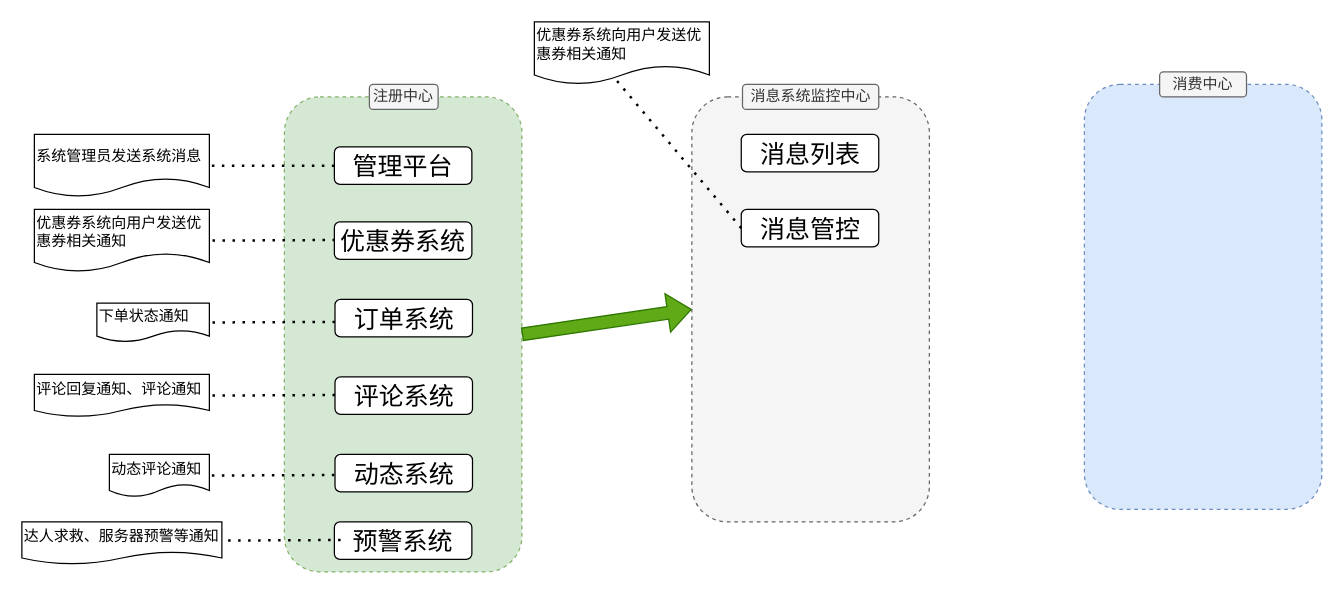
This is message.drawio from yoooknight/Git, a draw.io file, before an edit. Source tidied: cells renumbered, new cells numbered last; positions are measured from the earlier drawing's top-left corner, leaving out a move shared by most shapes. Both pictures are drawn from the tidied source at 125%, with x=0, y=0 at pixel (21, 21).
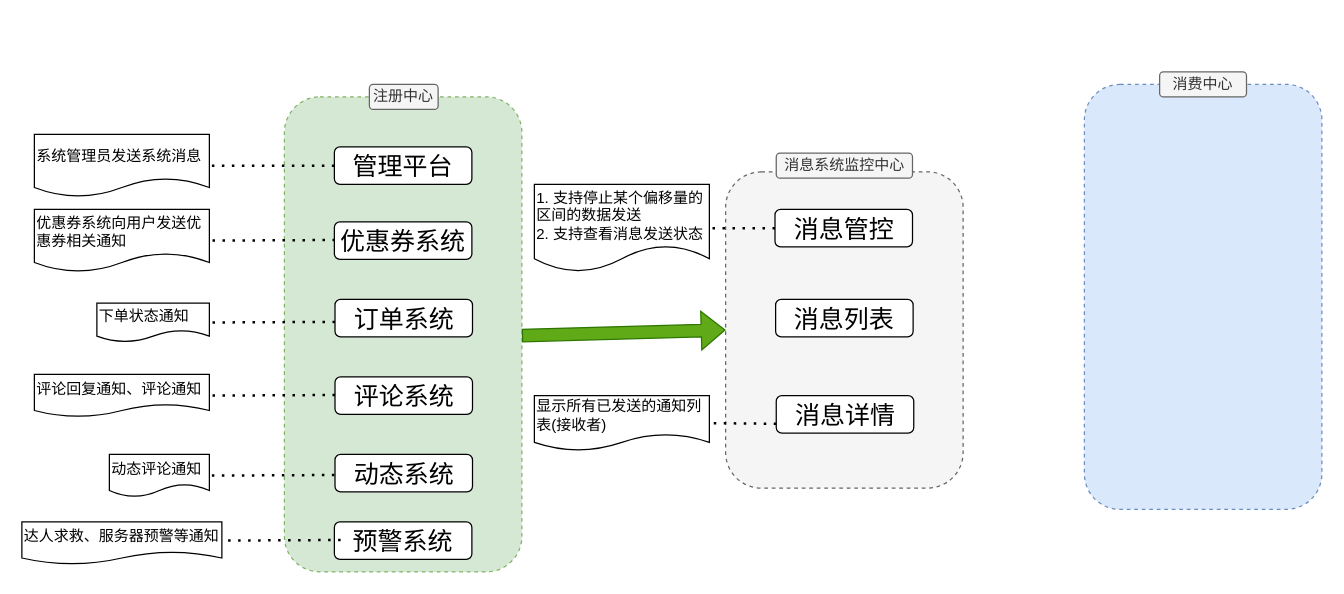
Above is the later version.

The change refers to these unchanged cells:
```xml
<mxCell id="2" style="rounded=1;whiteSpace=wrap;html=1;dashed=1;fillColor=#d5e8d4;strokeColor=#82b366;" parent="1" vertex="1">
  <mxGeometry x="210" y="60" width="190" height="380" as="geometry" />
</mxCell>
```

Diff of the diagram source:
```diff
@@
     <mxCell id="12" style="rounded=1;whiteSpace=wrap;html=1;dashed=1;fillColor=#f5f5f5;strokeColor=#666666;fontColor=#333333;" parent="1" vertex="1">
-      <mxGeometry x="536" y="60" width="190" height="340" as="geometry" />
+      <mxGeometry x="563" y="120" width="190" height="253" as="geometry" />
     </mxCell>
@@
     <mxCell id="24" value="消息系统监控中心" style="rounded=1;whiteSpace=wrap;html=1;fillColor=#f5f5f5;strokeColor=#666666;fontColor=#333333;" parent="1" vertex="1">
-      <mxGeometry x="576.5" y="50" width="109" height="20" as="geometry" />
+      <mxGeometry x="603.5" y="105" width="109" height="20" as="geometry" />
     </mxCell>
-    <mxCell id="25" style="shape=flexArrow;endArrow=classic;html=1;rounded=0;entryX=0;entryY=0.5;entryDx=0;entryDy=0;exitX=1;exitY=0.5;exitDx=0;exitDy=0;fillColor=#60a917;strokeColor=#2D7600;" parent="1" edge="1" source="2" target="12">
-      <mxGeometry relative="1" as="geometry" />
+    <mxCell id="25" style="shape=flexArrow;endArrow=classic;html=1;rounded=0;entryX=0;entryY=0.5;entryDx=0;entryDy=0;exitX=1;exitY=0.5;exitDx=0;exitDy=0;fillColor=#60a917;strokeColor=#2D7600;" parent="1" edge="1" target="12">
+      <mxGeometry relative="1" as="geometry">
+        <mxPoint x="400" y="251" as="sourcePoint" />
+      </mxGeometry>
     </mxCell>
     <mxCell id="26" value="&lt;span style=&quot;font-size: 20px;&quot;&gt;消息列表&lt;/span&gt;" style="rounded=1;whiteSpace=wrap;html=1;" parent="1" vertex="1">
-      <mxGeometry x="575.5" y="90" width="110" height="30" as="geometry" />
+      <mxGeometry x="603" y="222" width="110" height="30" as="geometry" />
     </mxCell>
@@
     <mxCell id="28" value="&lt;span style=&quot;font-size: 20px;&quot;&gt;消息管控&lt;/span&gt;" style="rounded=1;whiteSpace=wrap;html=1;" parent="1" vertex="1">
-      <mxGeometry x="575.5" y="150" width="110" height="30" as="geometry" />
+      <mxGeometry x="602.5" y="150" width="110" height="30" as="geometry" />
     </mxCell>
-    <mxCell id="29" style="endArrow=none;dashed=1;html=1;dashPattern=1 3;strokeWidth=2;rounded=0;exitX=0;exitY=0.5;exitDx=0;exitDy=0;entryX=0;entryY=0.75;entryDx=0;entryDy=0;" parent="1" edge="1" source="28">
-      <mxGeometry relative="1" as="geometry">
-        <mxPoint x="470" y="40" as="targetPoint" />
-      </mxGeometry>
+    <mxCell id="29" style="endArrow=none;dashed=1;html=1;dashPattern=1 3;strokeWidth=2;rounded=0;exitX=0;exitY=0.5;exitDx=0;exitDy=0;entryX=1;entryY=0.5;entryDx=0;entryDy=0;" parent="1" edge="1" source="28" target="30">
+      <mxGeometry relative="1" as="geometry" />
     </mxCell>
-    <mxCell id="30" value="优惠券系统向用户发送优惠券相关通知" style="shape=document;whiteSpace=wrap;html=1;boundedLbl=1;align=left;" parent="1" vertex="1">
-      <mxGeometry x="410" width="140" height="50" as="geometry" />
+    <mxCell id="30" value="1. 支持停止某个偏移量的区间的数据发送&lt;br&gt;2. 支持查看消息发送状态" style="shape=document;whiteSpace=wrap;html=1;boundedLbl=1;align=left;" parent="1" vertex="1">
+      <mxGeometry x="410" y="130" width="140" height="70" as="geometry" />
     </mxCell>
+    <mxCell id="31" value="&lt;span style=&quot;font-size: 20px;&quot;&gt;消息详情&lt;/span&gt;" style="rounded=1;whiteSpace=wrap;html=1;" parent="1" vertex="1">
+      <mxGeometry x="603.5" y="299" width="110" height="30" as="geometry" />
+    </mxCell>
+    <mxCell id="32" value="显示所有已发送的通知列表(接收者)" style="shape=document;whiteSpace=wrap;html=1;boundedLbl=1;align=left;" parent="1" vertex="1">
+      <mxGeometry x="410" y="299" width="140" height="44" as="geometry" />
+    </mxCell>
+    <mxCell id="33" style="endArrow=none;dashed=1;html=1;dashPattern=1 3;strokeWidth=2;rounded=0;exitX=0;exitY=0.75;exitDx=0;exitDy=0;entryX=1;entryY=0.5;entryDx=0;entryDy=0;" parent="1" edge="1" source="31" target="32">
+      <mxGeometry relative="1" as="geometry" />
+    </mxCell>
```
